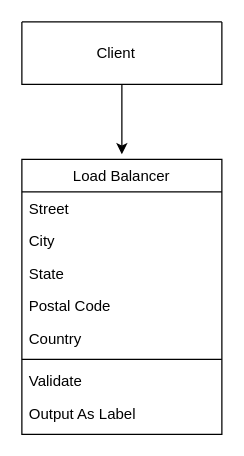
ashu7mishra/LLD keeps this draw.io diagram as Class_Diagram_and_Implementation/LoadBalancer/load_balancer.drawio. Above is the earlier version. Source tidied: cells renumbered, new cells numbered last; positions are measured from the earlier drawing's top-left corner, leaving out a move shared by most shapes. Both pictures are drawn from the tidied source at 125%, with x=0, y=0 at pixel (21, 21).
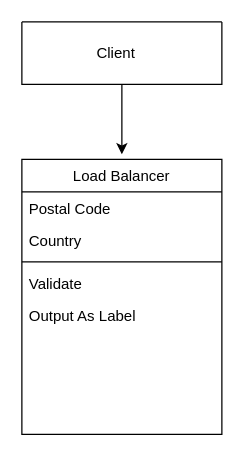
After the change.

What changed in the source:
```diff
@@
 <mxGraphModel>
   <root>
     <mxCell id="0" />
     <mxCell id="1" parent="0" />
     <mxCell id="2" value="Load Balancer" style="swimlane;fontStyle=0;align=center;verticalAlign=top;horizontal=1;startSize=26;rounded=0;shadow=0;strokeWidth=1;" parent="1" vertex="1">
       <mxGeometry y="110" width="160" height="220" as="geometry" />
     </mxCell>
-    <mxCell id="3" value="Street" style="text;align=left;verticalAlign=top;spacingLeft=4;spacingRight=4;overflow=hidden;" parent="2" vertex="1">
-      <mxGeometry y="26" width="160" height="26" as="geometry" />
-    </mxCell>
-    <mxCell id="4" value="City" style="text;align=left;verticalAlign=top;spacingLeft=4;spacingRight=4;overflow=hidden;rounded=0;shadow=0;html=0;" parent="2" vertex="1">
-      <mxGeometry y="52" width="160" height="26" as="geometry" />
-    </mxCell>
-    <mxCell id="5" value="State" style="text;align=left;verticalAlign=top;spacingLeft=4;spacingRight=4;overflow=hidden;rounded=0;shadow=0;html=0;" parent="2" vertex="1">
-      <mxGeometry y="78" width="160" height="26" as="geometry" />
-    </mxCell>
     <mxCell id="6" value="Postal Code" style="text;align=left;verticalAlign=top;spacingLeft=4;spacingRight=4;overflow=hidden;rounded=0;shadow=0;html=0;" parent="2" vertex="1">
-      <mxGeometry y="104" width="160" height="26" as="geometry" />
+      <mxGeometry y="26" width="160" height="26" as="geometry" />
     </mxCell>
     <mxCell id="7" value="Country" style="text;align=left;verticalAlign=top;spacingLeft=4;spacingRight=4;overflow=hidden;rounded=0;shadow=0;html=0;" parent="2" vertex="1">
-      <mxGeometry y="130" width="160" height="26" as="geometry" />
+      <mxGeometry y="52" width="160" height="26" as="geometry" />
     </mxCell>
     <mxCell id="8" style="line;html=1;strokeWidth=1;align=left;verticalAlign=middle;spacingTop=-1;spacingLeft=3;spacingRight=3;labelPosition=right;" parent="2" vertex="1">
-      <mxGeometry y="156" width="160" height="8" as="geometry" />
+      <mxGeometry y="78" width="160" height="8" as="geometry" />
     </mxCell>
     <mxCell id="9" value="Validate" style="text;align=left;verticalAlign=top;spacingLeft=4;spacingRight=4;overflow=hidden;" parent="2" vertex="1">
-      <mxGeometry y="164" width="160" height="26" as="geometry" />
+      <mxGeometry y="86" width="160" height="26" as="geometry" />
     </mxCell>
     <mxCell id="10" value="Output As Label" style="text;align=left;verticalAlign=top;spacingLeft=4;spacingRight=4;overflow=hidden;" parent="2" vertex="1">
-      <mxGeometry y="190" width="160" height="26" as="geometry" />
+      <mxGeometry y="112" width="160" height="26" as="geometry" />
     </mxCell>
     <mxCell id="11" style="edgeStyle=orthogonalEdgeStyle;rounded=0;jettySize=auto;html=1;" parent="1" edge="1" source="12">
       <mxGeometry relative="1" as="geometry">
         <mxPoint x="80" y="106" as="targetPoint" />
         <Array as="points">
           <mxPoint x="80" y="106" />
           <mxPoint x="80" y="106" />
         </Array>
       </mxGeometry>
     </mxCell>
     <mxCell id="12" style="swimlane;startSize=0;" parent="1" vertex="1">
       <mxGeometry width="160" height="50" as="geometry" />
     </mxCell>
     <mxCell id="13" value="Client" style="text;html=1;align=center;verticalAlign=middle;strokeColor=none;fillColor=none;" parent="12" vertex="1">
       <mxGeometry x="50" y="10" width="50" height="30" as="geometry" />
     </mxCell>
   </root>
 </mxGraphModel>
```
